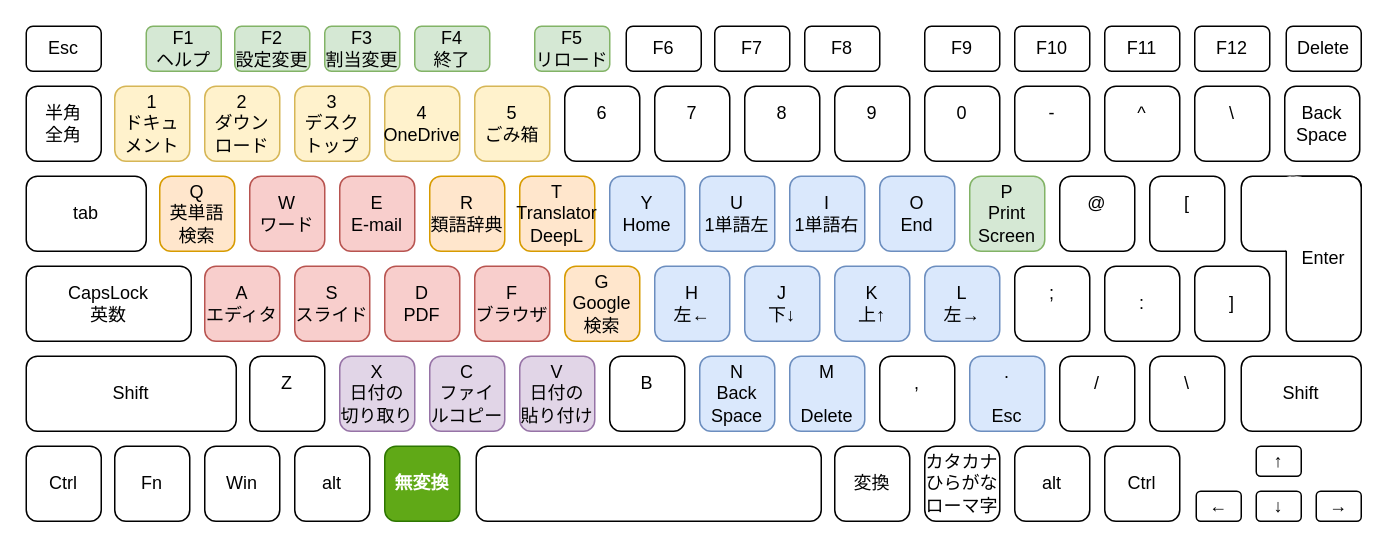
Earlier version of the draw.io diagram img/keyboard.drawio (kimushun1101/muhenkan-switch). Source tidied: cells renumbered, new cells numbered last; positions are measured from the earlier drawing's top-left corner, leaving out a move shared by most shapes. Both pictures are drawn from the tidied source at 150%, with x=0, y=0 at pixel (26, 26).
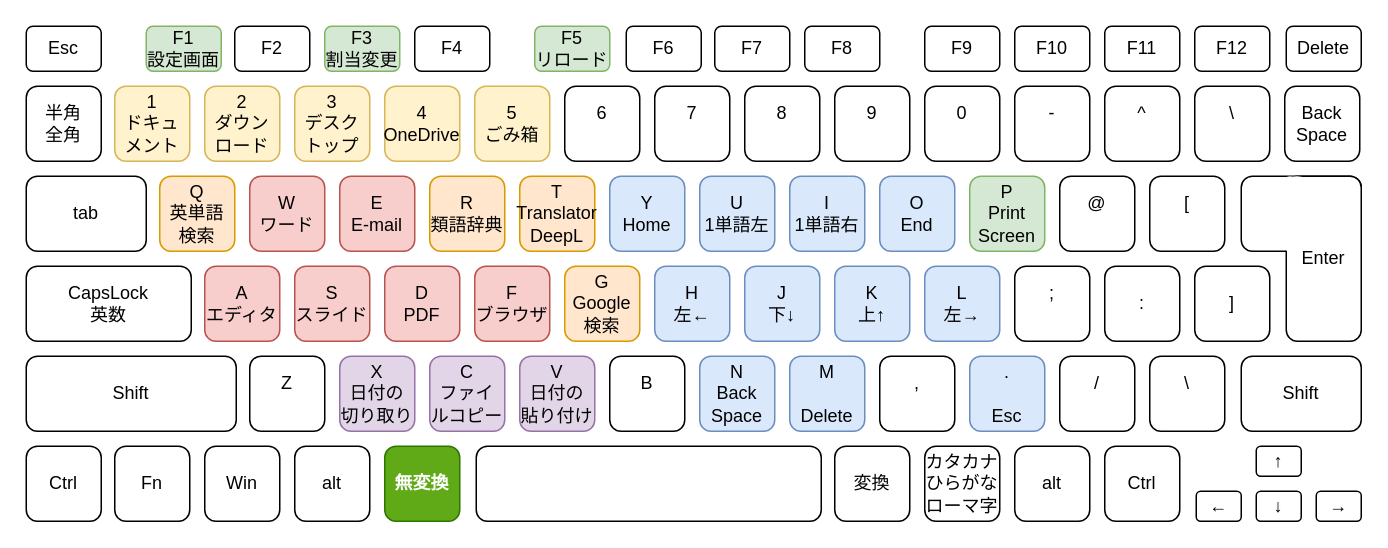
Above is the later version.

Commit message (it also covers changes not shown here):
ADD menu bar

What changed in the source:
```diff
@@
-    <mxCell id="42" value="F4&lt;br&gt;終了" style="rounded=1;whiteSpace=wrap;html=1;fillColor=#d5e8d4;strokeColor=#82b366;" parent="1" vertex="1">
+    <mxCell id="42" value="F4&lt;br&gt;" style="rounded=1;whiteSpace=wrap;html=1;" parent="1" vertex="1">
       <mxGeometry x="259" width="50" height="30" as="geometry" />
     </mxCell>
@@
-    <mxCell id="44" value="F2&lt;br&gt;設定変更" style="rounded=1;whiteSpace=wrap;html=1;fillColor=#d5e8d4;strokeColor=#82b366;" parent="1" vertex="1">
+    <mxCell id="44" value="F2&lt;br&gt;" style="rounded=1;whiteSpace=wrap;html=1;" parent="1" vertex="1">
       <mxGeometry x="139" width="50" height="30" as="geometry" />
     </mxCell>
-    <mxCell id="45" value="F1&lt;br&gt;ヘルプ" style="rounded=1;whiteSpace=wrap;html=1;fillColor=#d5e8d4;strokeColor=#82b366;" parent="1" vertex="1">
+    <mxCell id="45" value="F1&lt;br&gt;設定画面" style="rounded=1;whiteSpace=wrap;html=1;fillColor=#d5e8d4;strokeColor=#82b366;" parent="1" vertex="1">
       <mxGeometry x="80" width="50" height="30" as="geometry" />
     </mxCell>
```
